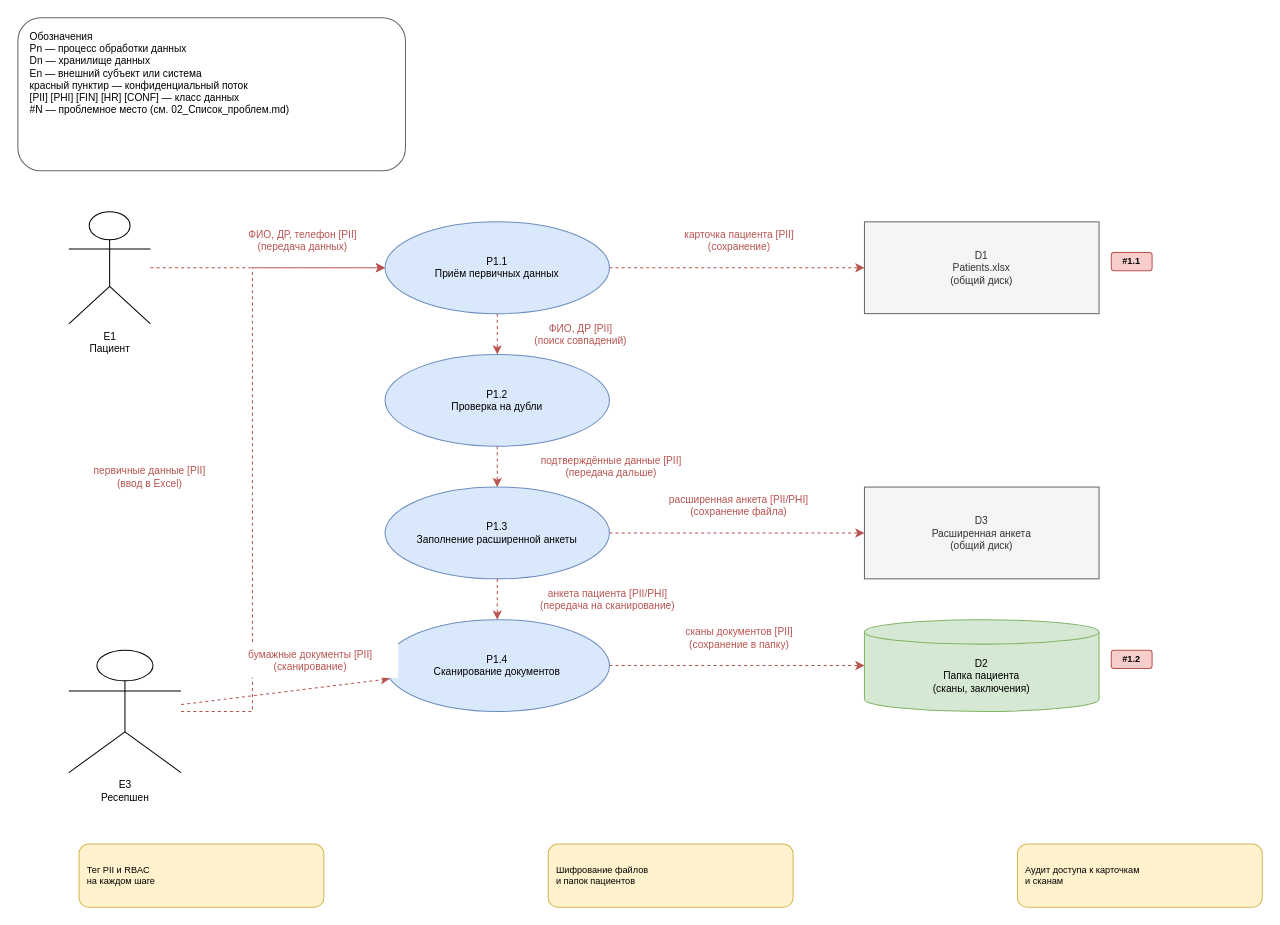
IlyaLivingstone/architecture-medikamente keeps this draw.io diagram as Task1/DFD_TO-BE/DFD_1L2_Регистрация (декомпозиция)_TO-BE.drawio. Above is the earlier version. Source tidied: cells renumbered, new cells numbered last; positions are measured from the earlier drawing's top-left corner, leaving out a move shared by most shapes. Both pictures are drawn from the tidied source at 102%, with x=0, y=0 at pixel (17, 17).
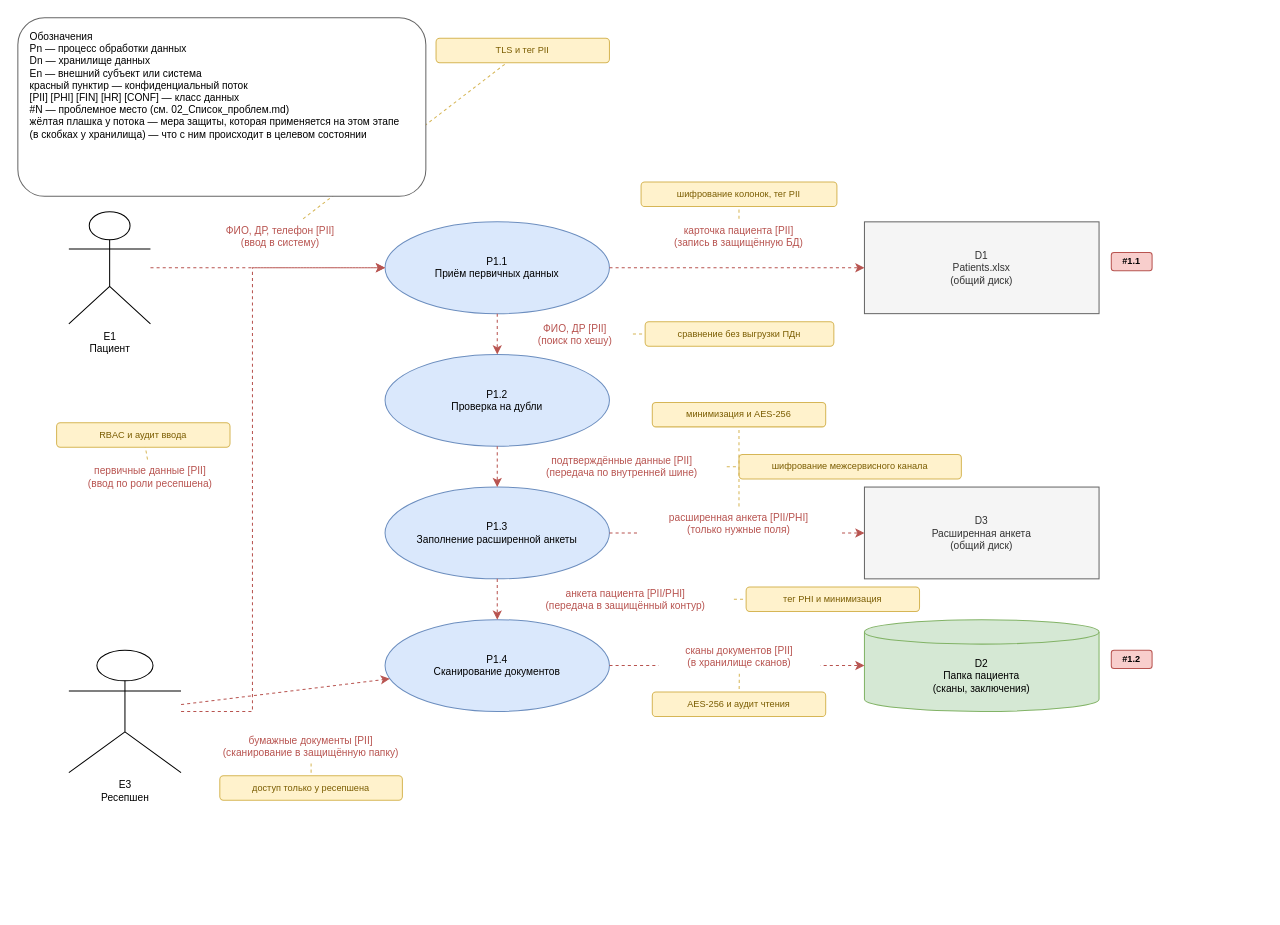
Above is the later version.

The edit, as a diff of the source:
```diff
@@
-    <mxCell id="12" value="ФИО, ДР, телефон [PII]&lt;br&gt;(передача данных)" style="rounded=0;whiteSpace=wrap;html=1;align=center;verticalAlign=middle;fillColor=#ffffff;strokeColor=none;fontSize=10;fontColor=#b85450;" parent="1" vertex="1">
-      <mxGeometry x="200" y="201" width="159" height="34" as="geometry" />
+    <mxCell id="12" value="ФИО, ДР, телефон [PII]&lt;br&gt;(ввод в систему)" style="rounded=0;whiteSpace=wrap;html=1;align=center;verticalAlign=middle;fillColor=#ffffff;strokeColor=none;fontSize=10;fontColor=#b85450;" parent="1" vertex="1">
+      <mxGeometry x="178" y="197" width="159" height="34" as="geometry" />
     </mxCell>
+    <mxCell id="35" value="TLS и тег PII" style="rounded=1;whiteSpace=wrap;html=1;fontSize=9;fillColor=#fff2cc;strokeColor=#d6b656;fontColor=#7a5c00;align=center;verticalAlign=middle;spacingLeft=4;spacingRight=4;" parent="1" vertex="1">
+      <mxGeometry x="410" y="20" width="170" height="24" as="geometry" />
+    </mxCell>
+    <mxCell id="36" style="html=1;endArrow=none;rounded=0;dashed=1;strokeColor=#d6b656;strokeWidth=1;" parent="1" edge="1" source="12" target="35">
+      <mxGeometry relative="1" as="geometry" />
+    </mxCell>
@@
-    <mxCell id="14" value="первичные данные [PII]&lt;br&gt;(ввод в Excel)" style="rounded=0;whiteSpace=wrap;html=1;align=center;verticalAlign=middle;fillColor=#ffffff;strokeColor=none;fontSize=10;fontColor=#b85450;" parent="1" vertex="1">
-      <mxGeometry x="50" y="433" width="159" height="34" as="geometry" />
+    <mxCell id="14" value="первичные данные [PII]&lt;br&gt;(ввод по роли ресепшена)" style="rounded=0;whiteSpace=wrap;html=1;align=center;verticalAlign=middle;fillColor=#ffffff;strokeColor=none;fontSize=10;fontColor=#b85450;" parent="1" vertex="1">
+      <mxGeometry x="44" y="433" width="172" height="34" as="geometry" />
     </mxCell>
+    <mxCell id="37" value="RBAC и аудит ввода" style="rounded=1;whiteSpace=wrap;html=1;fontSize=9;fillColor=#fff2cc;strokeColor=#d6b656;fontColor=#7a5c00;align=center;verticalAlign=middle;spacingLeft=4;spacingRight=4;" parent="1" vertex="1">
+      <mxGeometry x="38" y="397" width="170" height="24" as="geometry" />
+    </mxCell>
+    <mxCell id="38" style="html=1;endArrow=none;rounded=0;dashed=1;strokeColor=#d6b656;strokeWidth=1;" parent="1" edge="1" source="14" target="37">
+      <mxGeometry relative="1" as="geometry" />
+    </mxCell>
@@
-    <mxCell id="16" value="ФИО, ДР [PII]&lt;br&gt;(поиск совпадений)" style="rounded=0;whiteSpace=wrap;html=1;align=center;verticalAlign=middle;fillColor=#ffffff;strokeColor=none;fontSize=10;fontColor=#b85450;" parent="1" vertex="1">
-      <mxGeometry x="486" y="293" width="132" height="34" as="geometry" />
+    <mxCell id="16" value="ФИО, ДР [PII]&lt;br&gt;(поиск по хешу)" style="rounded=0;whiteSpace=wrap;html=1;align=center;verticalAlign=middle;fillColor=#ffffff;strokeColor=none;fontSize=10;fontColor=#b85450;" parent="1" vertex="1">
+      <mxGeometry x="490" y="293" width="113" height="34" as="geometry" />
     </mxCell>
+    <mxCell id="39" value="сравнение без выгрузки ПДн" style="rounded=1;whiteSpace=wrap;html=1;fontSize=9;fillColor=#fff2cc;strokeColor=#d6b656;fontColor=#7a5c00;align=center;verticalAlign=middle;spacingLeft=4;spacingRight=4;" parent="1" vertex="1">
+      <mxGeometry x="615" y="298" width="185" height="24" as="geometry" />
+    </mxCell>
+    <mxCell id="40" style="html=1;endArrow=none;rounded=0;dashed=1;strokeColor=#d6b656;strokeWidth=1;" parent="1" edge="1" source="16" target="39">
+      <mxGeometry relative="1" as="geometry" />
+    </mxCell>
@@
-    <mxCell id="18" value="подтверждённые данные [PII]&lt;br&gt;(передача дальше)" style="rounded=0;whiteSpace=wrap;html=1;align=center;verticalAlign=middle;fillColor=#ffffff;strokeColor=none;fontSize=10;fontColor=#b85450;" parent="1" vertex="1">
-      <mxGeometry x="486" y="423" width="192" height="34" as="geometry" />
+    <mxCell id="18" value="подтверждённые данные [PII]&lt;br&gt;(передача по внутренней шине)" style="rounded=0;whiteSpace=wrap;html=1;align=center;verticalAlign=middle;fillColor=#ffffff;strokeColor=none;fontSize=10;fontColor=#b85450;" parent="1" vertex="1">
+      <mxGeometry x="490" y="423" width="205" height="34" as="geometry" />
     </mxCell>
+    <mxCell id="41" value="шифрование межсервисного канала" style="rounded=1;whiteSpace=wrap;html=1;fontSize=9;fillColor=#fff2cc;strokeColor=#d6b656;fontColor=#7a5c00;align=center;verticalAlign=middle;spacingLeft=4;spacingRight=4;" parent="1" vertex="1">
+      <mxGeometry x="707" y="428" width="218" height="24" as="geometry" />
+    </mxCell>
+    <mxCell id="42" style="html=1;endArrow=none;rounded=0;dashed=1;strokeColor=#d6b656;strokeWidth=1;" parent="1" edge="1" source="18" target="41">
+      <mxGeometry relative="1" as="geometry" />
+    </mxCell>
@@
-    <mxCell id="20" value="анкета пациента [PII/PHI]&lt;br&gt;(передача на сканирование)" style="rounded=0;whiteSpace=wrap;html=1;align=center;verticalAlign=middle;fillColor=#ffffff;strokeColor=none;fontSize=10;fontColor=#b85450;" parent="1" vertex="1">
-      <mxGeometry x="486" y="553" width="185" height="34" as="geometry" />
+    <mxCell id="20" value="анкета пациента [PII/PHI]&lt;br&gt;(передача в защищённый контур)" style="rounded=0;whiteSpace=wrap;html=1;align=center;verticalAlign=middle;fillColor=#ffffff;strokeColor=none;fontSize=10;fontColor=#b85450;" parent="1" vertex="1">
+      <mxGeometry x="490" y="553" width="212" height="34" as="geometry" />
     </mxCell>
+    <mxCell id="43" value="тег PHI и минимизация" style="rounded=1;whiteSpace=wrap;html=1;fontSize=9;fillColor=#fff2cc;strokeColor=#d6b656;fontColor=#7a5c00;align=center;verticalAlign=middle;spacingLeft=4;spacingRight=4;" parent="1" vertex="1">
+      <mxGeometry x="714" y="558" width="170" height="24" as="geometry" />
+    </mxCell>
+    <mxCell id="44" style="html=1;endArrow=none;rounded=0;dashed=1;strokeColor=#d6b656;strokeWidth=1;" parent="1" edge="1" source="20" target="43">
+      <mxGeometry relative="1" as="geometry" />
+    </mxCell>
@@
-    <mxCell id="22" value="бумажные документы [PII]&lt;br&gt;(сканирование)" style="rounded=0;whiteSpace=wrap;html=1;align=center;verticalAlign=middle;fillColor=#ffffff;strokeColor=none;fontSize=10;fontColor=#b85450;" parent="1" vertex="1">
-      <mxGeometry x="201" y="613" width="172" height="34" as="geometry" />
+    <mxCell id="22" value="бумажные документы [PII]&lt;br&gt;(сканирование в защищённую папку)" style="rounded=0;whiteSpace=wrap;html=1;align=center;verticalAlign=middle;fillColor=#ffffff;strokeColor=none;fontSize=10;fontColor=#b85450;" parent="1" vertex="1">
+      <mxGeometry x="172" y="697" width="231" height="34" as="geometry" />
     </mxCell>
+    <mxCell id="45" value="доступ только у ресепшена" style="rounded=1;whiteSpace=wrap;html=1;fontSize=9;fillColor=#fff2cc;strokeColor=#d6b656;fontColor=#7a5c00;align=center;verticalAlign=middle;spacingLeft=4;spacingRight=4;" parent="1" vertex="1">
+      <mxGeometry x="198" y="743" width="179" height="24" as="geometry" />
+    </mxCell>
+    <mxCell id="46" style="html=1;endArrow=none;rounded=0;dashed=1;strokeColor=#d6b656;strokeWidth=1;" parent="1" edge="1" source="22" target="45">
+      <mxGeometry relative="1" as="geometry" />
+    </mxCell>
@@
-    <mxCell id="24" value="карточка пациента [PII]&lt;br&gt;(сохранение)" style="rounded=0;whiteSpace=wrap;html=1;align=center;verticalAlign=middle;fillColor=#ffffff;strokeColor=none;fontSize=10;fontColor=#b85450;" parent="1" vertex="1">
-      <mxGeometry x="625" y="201" width="165" height="34" as="geometry" />
+    <mxCell id="24" value="карточка пациента [PII]&lt;br&gt;(запись в защищённую БД)" style="rounded=0;whiteSpace=wrap;html=1;align=center;verticalAlign=middle;fillColor=#ffffff;strokeColor=none;fontSize=10;fontColor=#b85450;" parent="1" vertex="1">
+      <mxGeometry x="621" y="197" width="172" height="34" as="geometry" />
     </mxCell>
+    <mxCell id="47" value="шифрование колонок, тег PII" style="rounded=1;whiteSpace=wrap;html=1;fontSize=9;fillColor=#fff2cc;strokeColor=#d6b656;fontColor=#7a5c00;align=center;verticalAlign=middle;spacingLeft=4;spacingRight=4;" parent="1" vertex="1">
+      <mxGeometry x="611" y="161" width="192" height="24" as="geometry" />
+    </mxCell>
+    <mxCell id="48" style="html=1;endArrow=none;rounded=0;dashed=1;strokeColor=#d6b656;strokeWidth=1;" parent="1" edge="1" source="24" target="47">
+      <mxGeometry relative="1" as="geometry" />
+    </mxCell>
@@
-    <mxCell id="26" value="расширенная анкета [PII/PHI]&lt;br&gt;(сохранение файла)" style="rounded=0;whiteSpace=wrap;html=1;align=center;verticalAlign=middle;fillColor=#ffffff;strokeColor=none;fontSize=10;fontColor=#b85450;" parent="1" vertex="1">
-      <mxGeometry x="608" y="461" width="198" height="34" as="geometry" />
+    <mxCell id="26" value="расширенная анкета [PII/PHI]&lt;br&gt;(только нужные поля)" style="rounded=0;whiteSpace=wrap;html=1;align=center;verticalAlign=middle;fillColor=#ffffff;strokeColor=none;fontSize=10;fontColor=#b85450;" parent="1" vertex="1">
+      <mxGeometry x="608" y="479" width="198" height="34" as="geometry" />
     </mxCell>
+    <mxCell id="49" value="минимизация и AES-256" style="rounded=1;whiteSpace=wrap;html=1;fontSize=9;fillColor=#fff2cc;strokeColor=#d6b656;fontColor=#7a5c00;align=center;verticalAlign=middle;spacingLeft=4;spacingRight=4;" parent="1" vertex="1">
+      <mxGeometry x="622" y="377" width="170" height="24" as="geometry" />
+    </mxCell>
+    <mxCell id="50" style="html=1;endArrow=none;rounded=0;dashed=1;strokeColor=#d6b656;strokeWidth=1;" parent="1" edge="1" source="26" target="49">
+      <mxGeometry relative="1" as="geometry" />
+    </mxCell>
@@
-    <mxCell id="28" value="сканы документов [PII]&lt;br&gt;(сохранение в папку)" style="rounded=0;whiteSpace=wrap;html=1;align=center;verticalAlign=middle;fillColor=#ffffff;strokeColor=none;fontSize=10;fontColor=#b85450;" parent="1" vertex="1">
-      <mxGeometry x="628" y="591" width="159" height="34" as="geometry" />
+    <mxCell id="28" value="сканы документов [PII]&lt;br&gt;(в хранилище сканов)" style="rounded=0;whiteSpace=wrap;html=1;align=center;verticalAlign=middle;fillColor=#ffffff;strokeColor=none;fontSize=10;fontColor=#b85450;" parent="1" vertex="1">
+      <mxGeometry x="628" y="609" width="159" height="34" as="geometry" />
     </mxCell>
+    <mxCell id="51" value="AES-256 и аудит чтения" style="rounded=1;whiteSpace=wrap;html=1;fontSize=9;fillColor=#fff2cc;strokeColor=#d6b656;fontColor=#7a5c00;align=center;verticalAlign=middle;spacingLeft=4;spacingRight=4;" parent="1" vertex="1">
+      <mxGeometry x="622" y="661" width="170" height="24" as="geometry" />
+    </mxCell>
+    <mxCell id="52" style="html=1;endArrow=none;rounded=0;dashed=1;strokeColor=#d6b656;strokeWidth=1;" parent="1" edge="1" source="28" target="51">
+      <mxGeometry relative="1" as="geometry" />
+    </mxCell>
@@
-    <mxCell id="31" value="Тег PII и RBAC&lt;br&gt;на каждом шаге" style="rounded=1;whiteSpace=wrap;html=1;fontSize=9;fillColor=#fff2cc;strokeColor=#d6b656;align=left;spacingLeft=6;" parent="1" vertex="1">
-      <mxGeometry x="60" y="810" width="240" height="62" as="geometry" />
-    </mxCell>
-    <mxCell id="32" value="Шифрование файлов&lt;br&gt;и папок пациентов" style="rounded=1;whiteSpace=wrap;html=1;fontSize=9;fillColor=#fff2cc;strokeColor=#d6b656;align=left;spacingLeft=6;" parent="1" vertex="1">
-      <mxGeometry x="520" y="810" width="240" height="62" as="geometry" />
-    </mxCell>
-    <mxCell id="33" value="Аудит доступа к карточкам&lt;br&gt;и сканам" style="rounded=1;whiteSpace=wrap;html=1;fontSize=9;fillColor=#fff2cc;strokeColor=#d6b656;align=left;spacingLeft=6;" parent="1" vertex="1">
-      <mxGeometry x="980" y="810" width="240" height="62" as="geometry" />
-    </mxCell>
-    <mxCell id="34" value="Обозначения&lt;br&gt;Pn — процесс обработки данных&lt;br&gt;Dn — хранилище данных&lt;br&gt;En — внешний субъект или система&lt;br&gt;красный пунктир — конфиденциальный поток&lt;br&gt;[PII] [PHI] [FIN] [HR] [CONF] — класс данных&lt;br&gt;#N — проблемное место (см. 02_Список_проблем.md)" style="rounded=1;whiteSpace=wrap;html=1;fontSize=10;fillColor=#ffffff;strokeColor=#666666;align=left;verticalAlign=top;spacingLeft=10;spacingTop=6;" parent="1" vertex="1">
-      <mxGeometry width="380" height="150" as="geometry" />
+    <mxCell id="34" value="Обозначения&lt;br&gt;Pn — процесс обработки данных&lt;br&gt;Dn — хранилище данных&lt;br&gt;En — внешний субъект или система&lt;br&gt;красный пунктир — конфиденциальный поток&lt;br&gt;[PII] [PHI] [FIN] [HR] [CONF] — класс данных&lt;br&gt;#N — проблемное место (см. 02_Список_проблем.md)&lt;br&gt;жёлтая плашка у потока — мера защиты, которая применяется на этом этапе&lt;br&gt;(в скобках у хранилища) — что с ним происходит в целевом состоянии" style="rounded=1;whiteSpace=wrap;html=1;fontSize=10;fillColor=#ffffff;strokeColor=#666666;align=left;verticalAlign=top;spacingLeft=10;spacingTop=6;" parent="1" vertex="1">
+      <mxGeometry width="400" height="175" as="geometry" />
     </mxCell>
```
